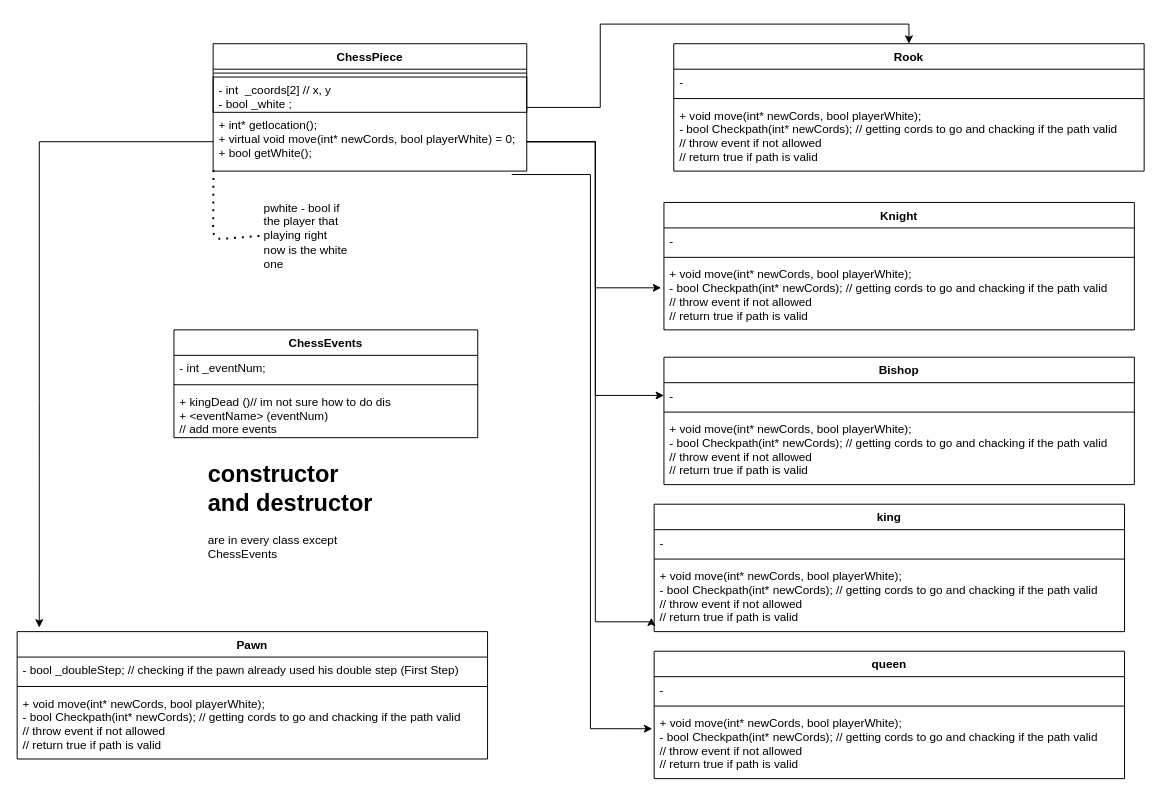
Above: page "Object Chess piece" (1 of 2) of Untitled Diagram.drawio in nadav26740/checkmate-adamnadav (draw.io), before the change. Source tidied: cells renumbered, new cells numbered last; positions are measured from the earlier drawing's top-left corner, leaving out a move shared by most shapes. Both pictures are drawn from the tidied source at 98%, with x=0, y=0 at pixel (17, 43).
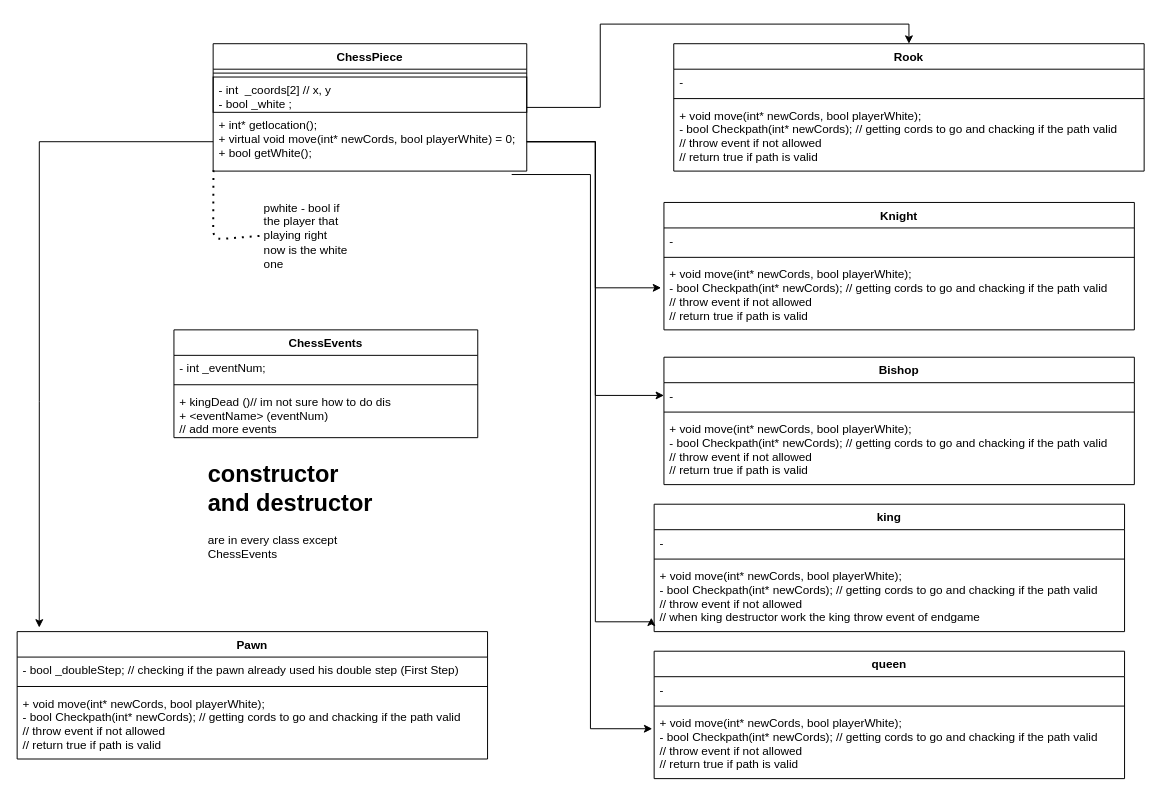
Above is the later version.

Commit message:
Finished v1 - diagram

Unchanged cells that the change refers to:
```xml
<mxCell id="29" value="king&#10;" style="swimlane;fontStyle=1;align=center;verticalAlign=top;horizontal=1;startSize=26;" parent="1" vertex="1">
  <mxGeometry x="650" y="470" width="480" height="130" as="geometry" />
</mxCell>
```

What changed in the source:
```diff
@@
-    <mxCell id="32" value="+ void move(int* newCords, bool playerWhite);&#10;- bool Checkpath(int* newCords); // getting cords to go and chacking if the path valid&#10;// throw event if not allowed &#10;// return true if path is valid&#10;" style="text;strokeColor=none;fillColor=none;align=left;verticalAlign=top;spacingLeft=4;spacingRight=4;overflow=hidden;points=[[0,0.5],[1,0.5]];portConstraint=eastwest;" parent="29" vertex="1">
+    <mxCell id="32" value="+ void move(int* newCords, bool playerWhite);&#10;- bool Checkpath(int* newCords); // getting cords to go and chacking if the path valid&#10;// throw event if not allowed &#10;// when king destructor work the king throw event of endgame" style="text;strokeColor=none;fillColor=none;align=left;verticalAlign=top;spacingLeft=4;spacingRight=4;overflow=hidden;points=[[0,0.5],[1,0.5]];portConstraint=eastwest;" parent="29" vertex="1">
       <mxGeometry y="60" width="480" height="70" as="geometry" />
     </mxCell>
```
